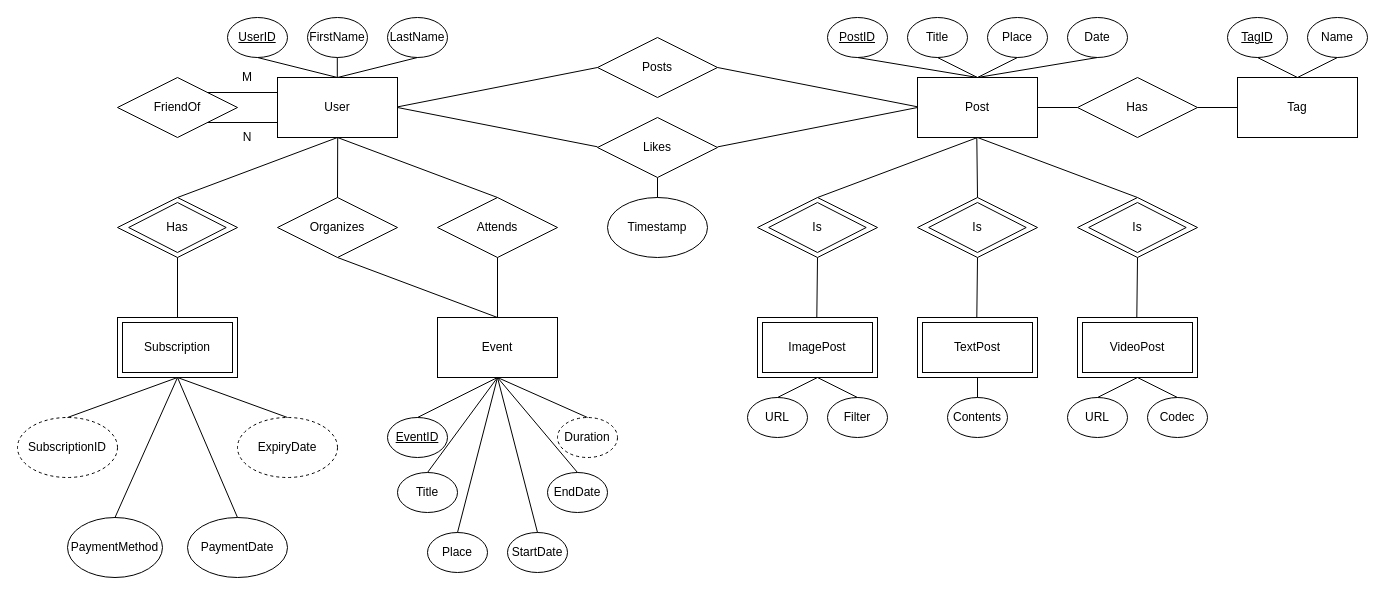
Before: hw1.drawio in Sm0n1/dbas, a draw.io diagram. Source tidied: cells renumbered, new cells numbered last; positions are measured from the earlier drawing's top-left corner, leaving out a move shared by most shapes. Both pictures are drawn from the tidied source at 100%, with x=0, y=0 at pixel (17, 17).
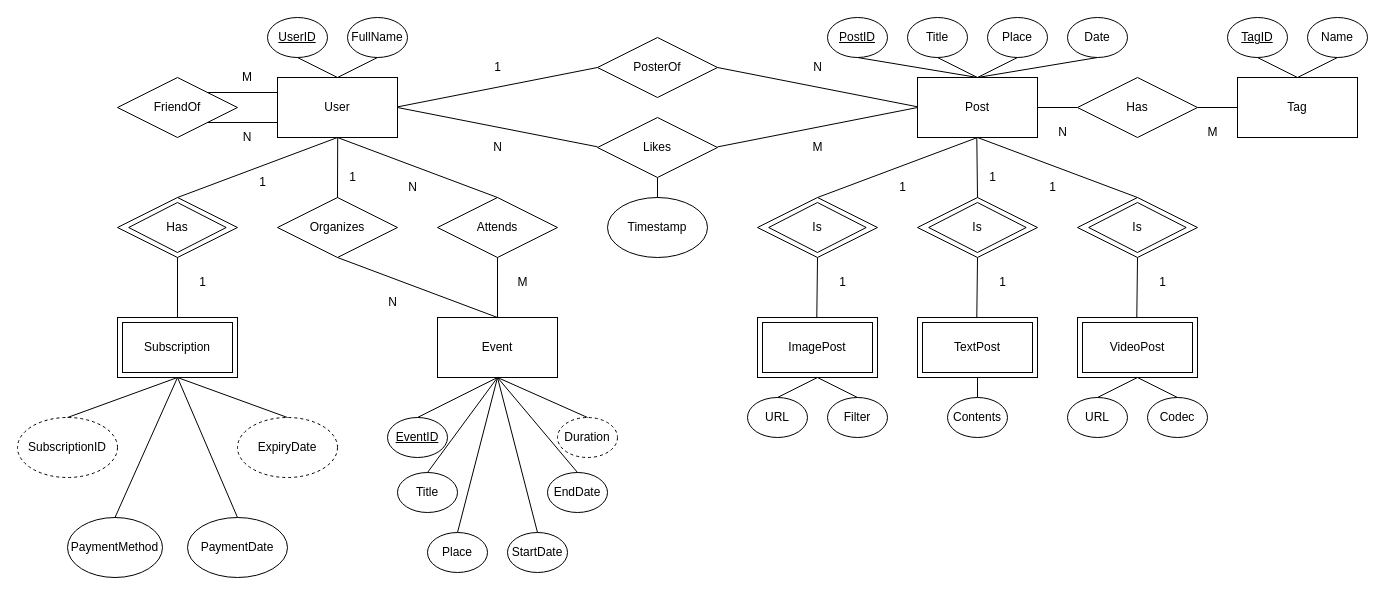
The same diagram, later.

The edit, as a diff of the source:
```diff
@@
-    <mxCell id="8" style="ellipse;whiteSpace=wrap;html=1;rounded=0;" parent="1" vertex="1">
-      <mxGeometry x="210" width="60" height="40" as="geometry" />
+    <mxCell id="8" value="UserID" style="ellipse;whiteSpace=wrap;html=1;rounded=0;fontStyle=4;" parent="1" vertex="1">
+      <mxGeometry x="250" width="60" height="40" as="geometry" />
     </mxCell>
@@
-    <mxCell id="10" style="ellipse;whiteSpace=wrap;html=1;rounded=0;" parent="1" vertex="1">
+    <mxCell id="10" value="PostID" style="ellipse;whiteSpace=wrap;html=1;rounded=0;fontStyle=4;" parent="1" vertex="1">
       <mxGeometry x="810" width="60" height="40" as="geometry" />
     </mxCell>
@@
-    <mxCell id="13" value="&lt;div&gt;PostID&lt;/div&gt;" style="text;html=1;align=center;verticalAlign=middle;whiteSpace=wrap;rounded=0;strokeColor=none;fontStyle=4;" parent="1" vertex="1">
-      <mxGeometry x="810" y="5" width="60" height="30" as="geometry" />
-    </mxCell>
-    <mxCell id="14" value="UserID" style="text;html=1;align=center;verticalAlign=middle;whiteSpace=wrap;rounded=0;fontStyle=4;" parent="1" vertex="1">
-      <mxGeometry x="210" y="5" width="60" height="30" as="geometry" />
-    </mxCell>
@@
-    <mxCell id="50" style="rounded=0;whiteSpace=wrap;html=1;" parent="1" vertex="1">
+    <mxCell id="50" value="User" style="rounded=0;whiteSpace=wrap;html=1;" parent="1" vertex="1">
       <mxGeometry x="260" y="60" width="120" height="60" as="geometry" />
     </mxCell>
-    <mxCell id="51" value="&lt;div&gt;User&lt;/div&gt;" style="text;html=1;align=center;verticalAlign=middle;whiteSpace=wrap;rounded=0;" parent="1" vertex="1">
-      <mxGeometry x="290" y="75" width="60" height="30" as="geometry" />
-    </mxCell>
-    <mxCell id="52" value="Posts" style="rhombus;whiteSpace=wrap;html=1;rounded=0;" parent="1" vertex="1">
+    <mxCell id="52" value="PosterOf" style="rhombus;whiteSpace=wrap;html=1;rounded=0;" parent="1" vertex="1">
       <mxGeometry x="580" y="20" width="120" height="60" as="geometry" />
     </mxCell>
-    <mxCell id="53" style="ellipse;whiteSpace=wrap;html=1;rounded=0;" parent="1" vertex="1">
-      <mxGeometry x="290" width="60" height="40" as="geometry" />
+    <mxCell id="53" value="FullName" style="ellipse;whiteSpace=wrap;html=1;rounded=0;" parent="1" vertex="1">
+      <mxGeometry x="330" width="60" height="40" as="geometry" />
     </mxCell>
-    <mxCell id="54" value="FirstName" style="text;html=1;align=center;verticalAlign=middle;whiteSpace=wrap;rounded=0;" parent="1" vertex="1">
-      <mxGeometry x="290" y="5" width="60" height="30" as="geometry" />
-    </mxCell>
-    <mxCell id="55" style="ellipse;whiteSpace=wrap;html=1;rounded=0;" parent="1" vertex="1">
-      <mxGeometry x="370" width="60" height="40" as="geometry" />
-    </mxCell>
-    <mxCell id="56" value="LastName" style="text;html=1;align=center;verticalAlign=middle;whiteSpace=wrap;rounded=0;" parent="1" vertex="1">
-      <mxGeometry x="370" y="5" width="60" height="30" as="geometry" />
-    </mxCell>
-    <mxCell id="57" style="endArrow=none;html=1;rounded=0;entryX=0.5;entryY=1;entryDx=0;entryDy=0;" parent="1" edge="1">
-      <mxGeometry relative="1" as="geometry">
-        <mxPoint x="319.8" y="60" as="sourcePoint" />
-        <mxPoint x="319.8" y="40" as="targetPoint" />
-      </mxGeometry>
+    <mxCell id="57" style="endArrow=none;html=1;rounded=0;entryX=0.5;entryY=1;entryDx=0;entryDy=0;exitX=0.5;exitY=0;exitDx=0;exitDy=0;" parent="1" edge="1" source="50" target="53">
+      <mxGeometry relative="1" as="geometry" />
     </mxCell>
-    <mxCell id="58" style="endArrow=none;html=1;rounded=0;entryX=0.5;entryY=1;entryDx=0;entryDy=0;" parent="1" edge="1" target="55">
-      <mxGeometry relative="1" as="geometry">
-        <mxPoint x="320" y="60" as="sourcePoint" />
-      </mxGeometry>
-    </mxCell>
-    <mxCell id="59" style="endArrow=none;html=1;rounded=0;entryX=0.5;entryY=0;entryDx=0;entryDy=0;" parent="1" edge="1" target="50">
-      <mxGeometry relative="1" as="geometry">
-        <mxPoint x="240" y="40" as="sourcePoint" />
-      </mxGeometry>
+    <mxCell id="59" style="endArrow=none;html=1;rounded=0;entryX=0.5;entryY=0;entryDx=0;entryDy=0;exitX=0.5;exitY=1;exitDx=0;exitDy=0;" parent="1" edge="1" source="8" target="50">
+      <mxGeometry relative="1" as="geometry" />
     </mxCell>
-    <mxCell id="60" style="rhombus;whiteSpace=wrap;html=1;rounded=0;" parent="1" vertex="1">
+    <mxCell id="60" value="FriendOf" style="rhombus;whiteSpace=wrap;html=1;rounded=0;" parent="1" vertex="1">
       <mxGeometry x="100" y="60" width="120" height="60" as="geometry" />
     </mxCell>
-    <mxCell id="61" value="FriendOf" style="text;html=1;align=center;verticalAlign=middle;whiteSpace=wrap;rounded=0;" parent="1" vertex="1">
-      <mxGeometry x="130" y="75" width="60" height="30" as="geometry" />
-    </mxCell>
@@
-    <mxCell id="64" style="rounded=0;whiteSpace=wrap;html=1;" parent="1" vertex="1">
+    <mxCell id="64" value="Event" style="rounded=0;whiteSpace=wrap;html=1;" parent="1" vertex="1">
       <mxGeometry x="420" y="300" width="120" height="60" as="geometry" />
     </mxCell>
-    <mxCell id="65" value="Event" style="text;html=1;align=center;verticalAlign=middle;whiteSpace=wrap;rounded=0;" parent="1" vertex="1">
-      <mxGeometry x="450" y="315" width="60" height="30" as="geometry" />
-    </mxCell>
@@
+    <mxCell id="115" value="1" style="text;html=1;align=center;verticalAlign=middle;strokeColor=none;fillColor=none;" parent="1" vertex="1">
+      <mxGeometry x="170" y="250" width="30" height="30" as="geometry" />
+    </mxCell>
+    <mxCell id="116" value="1" style="text;html=1;align=center;verticalAlign=middle;strokeColor=none;fillColor=none;" parent="1" vertex="1">
+      <mxGeometry x="230" y="150" width="30" height="30" as="geometry" />
+    </mxCell>
+    <mxCell id="117" value="1" style="text;html=1;align=center;verticalAlign=middle;strokeColor=none;fillColor=none;" parent="1" vertex="1">
+      <mxGeometry x="320" y="145" width="30" height="30" as="geometry" />
+    </mxCell>
+    <mxCell id="118" value="N" style="text;html=1;align=center;verticalAlign=middle;strokeColor=none;fillColor=none;" parent="1" vertex="1">
+      <mxGeometry x="360" y="270" width="30" height="30" as="geometry" />
+    </mxCell>
+    <mxCell id="119" value="N" style="text;html=1;align=center;verticalAlign=middle;strokeColor=none;fillColor=none;" parent="1" vertex="1">
+      <mxGeometry x="380" y="155" width="30" height="30" as="geometry" />
+    </mxCell>
+    <mxCell id="120" value="M" style="text;html=1;align=center;verticalAlign=middle;strokeColor=none;fillColor=none;" parent="1" vertex="1">
+      <mxGeometry x="490" y="250" width="30" height="30" as="geometry" />
+    </mxCell>
+    <mxCell id="121" value="N" style="text;html=1;align=center;verticalAlign=middle;strokeColor=none;fillColor=none;" parent="1" vertex="1">
+      <mxGeometry x="465" y="115" width="30" height="30" as="geometry" />
+    </mxCell>
+    <mxCell id="122" value="M" style="text;html=1;align=center;verticalAlign=middle;strokeColor=none;fillColor=none;" parent="1" vertex="1">
+      <mxGeometry x="785" y="115" width="30" height="30" as="geometry" />
+    </mxCell>
+    <mxCell id="123" value="1" style="text;html=1;align=center;verticalAlign=middle;strokeColor=none;fillColor=none;" parent="1" vertex="1">
+      <mxGeometry x="810" y="250" width="30" height="30" as="geometry" />
+    </mxCell>
+    <mxCell id="124" value="1" style="text;html=1;align=center;verticalAlign=middle;strokeColor=none;fillColor=none;" parent="1" vertex="1">
+      <mxGeometry x="970" y="250" width="30" height="30" as="geometry" />
+    </mxCell>
+    <mxCell id="125" value="1" style="text;html=1;align=center;verticalAlign=middle;strokeColor=none;fillColor=none;" parent="1" vertex="1">
+      <mxGeometry x="1130" y="250" width="30" height="30" as="geometry" />
+    </mxCell>
+    <mxCell id="126" value="1" style="text;html=1;align=center;verticalAlign=middle;strokeColor=none;fillColor=none;" parent="1" vertex="1">
+      <mxGeometry x="870" y="155" width="30" height="30" as="geometry" />
+    </mxCell>
+    <mxCell id="127" value="1" style="text;html=1;align=center;verticalAlign=middle;strokeColor=none;fillColor=none;" parent="1" vertex="1">
+      <mxGeometry x="960" y="145" width="30" height="30" as="geometry" />
+    </mxCell>
+    <mxCell id="128" value="1" style="text;html=1;align=center;verticalAlign=middle;strokeColor=none;fillColor=none;" parent="1" vertex="1">
+      <mxGeometry x="1020" y="155" width="30" height="30" as="geometry" />
+    </mxCell>
+    <mxCell id="129" value="1" style="text;html=1;align=center;verticalAlign=middle;strokeColor=none;fillColor=none;" parent="1" vertex="1">
+      <mxGeometry x="465" y="35" width="30" height="30" as="geometry" />
+    </mxCell>
+    <mxCell id="130" value="N" style="text;html=1;align=center;verticalAlign=middle;strokeColor=none;fillColor=none;" parent="1" vertex="1">
+      <mxGeometry x="785" y="35" width="30" height="30" as="geometry" />
+    </mxCell>
+    <mxCell id="131" value="M" style="text;html=1;align=center;verticalAlign=middle;strokeColor=none;fillColor=none;" parent="1" vertex="1">
+      <mxGeometry x="1180" y="100" width="30" height="30" as="geometry" />
+    </mxCell>
+    <mxCell id="132" value="N" style="text;html=1;align=center;verticalAlign=middle;strokeColor=none;fillColor=none;" parent="1" vertex="1">
+      <mxGeometry x="1030" y="100" width="30" height="30" as="geometry" />
+    </mxCell>
```
